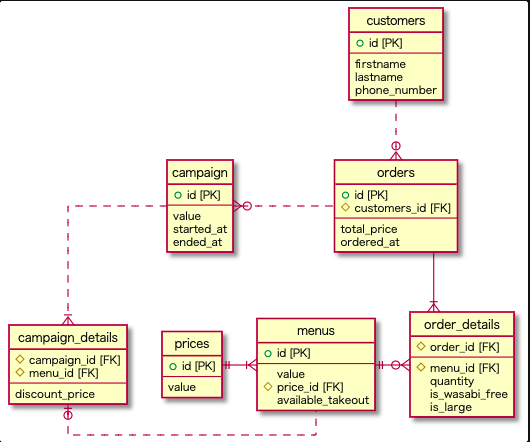
Above: db/modeling/01/er.png in umirai/PrahaChallenge (PlantUML), before the change. Its source is kept beside it as db/modeling/01/er.pu.
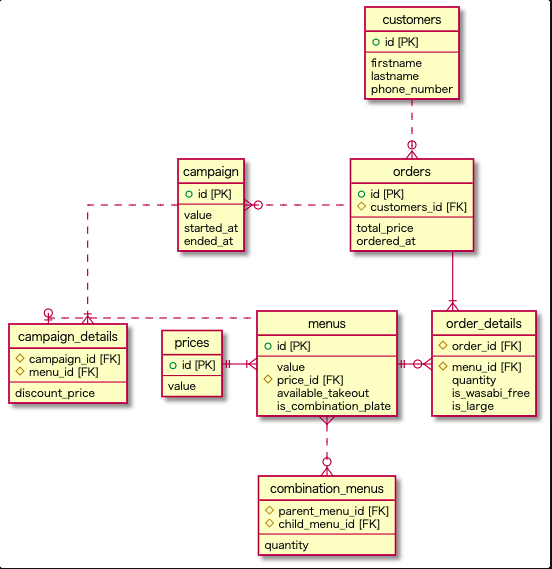
Above is the later version.

What changed in the source:
```diff
@@ -9,6 +9,14 @@
   value
   # price_id [FK]
   available_takeout
+  is_combination_plate
+}
+
+entity "combination_menus" {
+  # parent_menu_id [FK]
+  # child_menu_id [FK]
+  --
+  quantity
 }
 
 entity "prices" {
@@ -64,4 +72,5 @@
 campaign ..|{ campaign_details
 menus .l.o| campaign_details
 orders .l.o{ campaign
+menus }.d.o{ combination_menus
 @enduml
```
